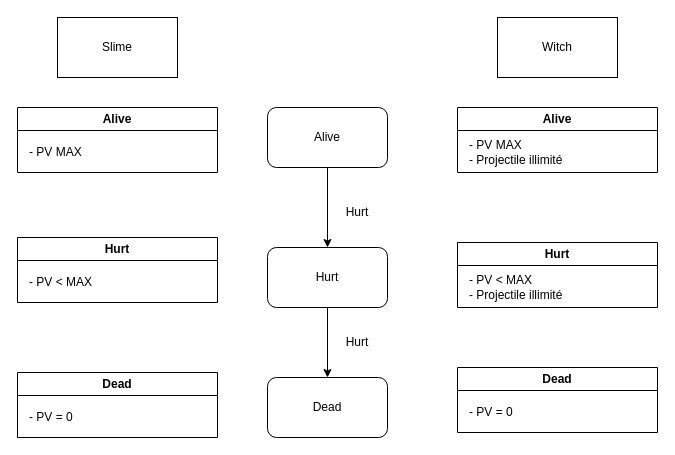
AbigaelP/ShootAbby keeps this draw.io diagram as doc/DrawIO/DiagrammeEtat.drawio. Above is the earlier version. Source tidied: cells renumbered, new cells numbered last; positions are measured from the earlier drawing's top-left corner, leaving out a move shared by most shapes. Both pictures are drawn from the tidied source at 100%, with x=0, y=0 at pixel (17, 17).
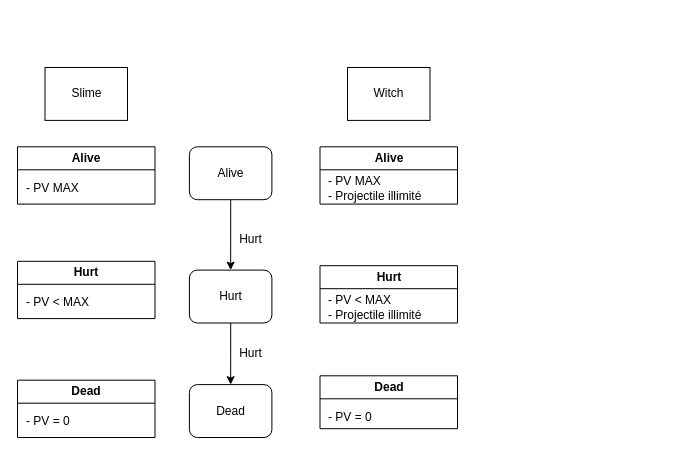
The same diagram, later.

Change to the diagram source:
```diff
@@
+    <mxCell id="23" style="group;" parent="1" vertex="1">
+      <mxGeometry y="50" width="440" height="370" as="geometry" />
+    </mxCell>
-    <mxCell id="2" style="edgeStyle=orthogonalEdgeStyle;rounded=0;jettySize=auto;html=1;entryX=0.5;entryY=0;entryDx=0;entryDy=0;" parent="1" edge="1" source="3" target="5">
+    <mxCell id="2" style="edgeStyle=orthogonalEdgeStyle;rounded=0;jettySize=auto;html=1;entryX=0.5;entryY=0;entryDx=0;entryDy=0;" parent="23" edge="1" source="3" target="5">
       <mxGeometry relative="1" as="geometry" />
     </mxCell>
-    <mxCell id="3" value="Alive" style="rounded=1;whiteSpace=wrap;html=1;" parent="1" vertex="1">
-      <mxGeometry x="250" y="90" width="120" height="60" as="geometry" />
+    <mxCell id="3" value="Alive" style="rounded=1;whiteSpace=wrap;html=1;flipH=0;flipV=0;" parent="23" vertex="1">
+      <mxGeometry x="171.9" y="79.3" width="82.5" height="52.9" as="geometry" />
     </mxCell>
-    <mxCell id="4" style="edgeStyle=orthogonalEdgeStyle;rounded=0;jettySize=auto;html=1;entryX=0.5;entryY=0;entryDx=0;entryDy=0;" parent="1" edge="1" source="5" target="6">
+    <mxCell id="4" style="edgeStyle=orthogonalEdgeStyle;rounded=0;jettySize=auto;html=1;entryX=0.5;entryY=0;entryDx=0;entryDy=0;" parent="23" edge="1" source="5" target="6">
       <mxGeometry relative="1" as="geometry" />
     </mxCell>
-    <mxCell id="5" value="Hurt" style="rounded=1;whiteSpace=wrap;html=1;" parent="1" vertex="1">
-      <mxGeometry x="250" y="230" width="120" height="60" as="geometry" />
+    <mxCell id="5" value="Hurt" style="rounded=1;whiteSpace=wrap;html=1;flipH=0;flipV=0;" parent="23" vertex="1">
+      <mxGeometry x="171.9" y="202.6" width="82.5" height="52.9" as="geometry" />
     </mxCell>
-    <mxCell id="6" value="Dead" style="rounded=1;whiteSpace=wrap;html=1;" parent="1" vertex="1">
-      <mxGeometry x="250" y="360" width="120" height="60" as="geometry" />
+    <mxCell id="6" value="Dead" style="rounded=1;whiteSpace=wrap;html=1;flipH=0;flipV=0;" parent="23" vertex="1">
+      <mxGeometry x="171.9" y="317.1" width="82.5" height="52.9" as="geometry" />
     </mxCell>
-    <mxCell id="7" value="Hurt" style="text;html=1;align=center;verticalAlign=middle;whiteSpace=wrap;rounded=0;" parent="1" vertex="1">
-      <mxGeometry x="310" y="180" width="60" height="30" as="geometry" />
+    <mxCell id="7" value="Hurt" style="text;html=1;align=center;verticalAlign=middle;whiteSpace=wrap;rounded=0;flipH=0;flipV=0;" parent="23" vertex="1">
+      <mxGeometry x="213.1" y="158.6" width="41.2" height="26.4" as="geometry" />
     </mxCell>
-    <mxCell id="8" value="Hurt" style="text;html=1;align=center;verticalAlign=middle;whiteSpace=wrap;rounded=0;" parent="1" vertex="1">
-      <mxGeometry x="310" y="310" width="60" height="30" as="geometry" />
+    <mxCell id="8" value="Hurt" style="text;html=1;align=center;verticalAlign=middle;whiteSpace=wrap;rounded=0;flipH=0;flipV=0;" parent="23" vertex="1">
+      <mxGeometry x="213.1" y="273.1" width="41.2" height="26.4" as="geometry" />
     </mxCell>
-    <mxCell id="9" value="Alive" style="swimlane;whiteSpace=wrap;html=1;" parent="1" vertex="1">
-      <mxGeometry x="440" y="90" width="200" height="65" as="geometry" />
+    <mxCell id="9" value="Alive" style="swimlane;whiteSpace=wrap;html=1;flipH=0;flipV=0;" parent="23" vertex="1">
+      <mxGeometry x="302.5" y="79.3" width="137.5" height="57.3" as="geometry" />
     </mxCell>
     <mxCell id="10" value="- PV MAX&lt;div&gt;- Projectile illimité&lt;/div&gt;" style="text;html=1;align=left;verticalAlign=middle;strokeColor=none;fillColor=none;" parent="9" vertex="1">
-      <mxGeometry x="10" y="25" width="120" height="40" as="geometry" />
+      <mxGeometry x="6.9" y="22" width="120" height="40" as="geometry" />
     </mxCell>
-    <mxCell id="11" value="Hurt" style="swimlane;whiteSpace=wrap;html=1;startSize=23;" parent="1" vertex="1">
-      <mxGeometry x="440" y="225" width="200" height="65" as="geometry" />
+    <mxCell id="11" value="Hurt" style="swimlane;whiteSpace=wrap;html=1;startSize=23;flipH=0;flipV=0;" parent="23" vertex="1">
+      <mxGeometry x="302.5" y="198.2" width="137.5" height="57.3" as="geometry" />
     </mxCell>
     <mxCell id="12" value="- PV &amp;lt; MAX&lt;div&gt;- Projectile illimité&lt;/div&gt;" style="text;html=1;align=left;verticalAlign=middle;strokeColor=none;fillColor=none;" parent="11" vertex="1">
-      <mxGeometry x="10" y="25" width="120" height="40" as="geometry" />
+      <mxGeometry x="6.9" y="22" width="120" height="40" as="geometry" />
     </mxCell>
-    <mxCell id="13" value="Dead" style="swimlane;whiteSpace=wrap;html=1;startSize=23;" parent="1" vertex="1">
-      <mxGeometry x="440" y="350" width="200" height="65" as="geometry" />
+    <mxCell id="13" value="Dead" style="swimlane;whiteSpace=wrap;html=1;startSize=23;flipH=0;flipV=0;" parent="23" vertex="1">
+      <mxGeometry x="302.5" y="308.3" width="137.5" height="52.9" as="geometry" />
     </mxCell>
     <mxCell id="14" value="- PV = 0" style="text;html=1;align=left;verticalAlign=middle;strokeColor=none;fillColor=none;" parent="13" vertex="1">
-      <mxGeometry x="10" y="30" width="70" height="30" as="geometry" />
+      <mxGeometry x="6.9" y="26.4" width="70" height="30" as="geometry" />
     </mxCell>
-    <mxCell id="15" value="Witch" style="rounded=0;whiteSpace=wrap;html=1;" parent="1" vertex="1">
-      <mxGeometry x="480" width="120" height="60" as="geometry" />
+    <mxCell id="15" value="Witch" style="rounded=0;whiteSpace=wrap;html=1;flipH=0;flipV=0;" parent="23" vertex="1">
+      <mxGeometry x="330" width="82.5" height="52.9" as="geometry" />
     </mxCell>
-    <mxCell id="16" value="Slime" style="rounded=0;whiteSpace=wrap;html=1;" parent="1" vertex="1">
-      <mxGeometry x="40" width="120" height="60" as="geometry" />
+    <mxCell id="16" value="Slime" style="rounded=0;whiteSpace=wrap;html=1;flipH=0;flipV=0;" parent="23" vertex="1">
+      <mxGeometry x="27.5" width="82.5" height="52.9" as="geometry" />
     </mxCell>
-    <mxCell id="17" value="Alive" style="swimlane;whiteSpace=wrap;html=1;" parent="1" vertex="1">
-      <mxGeometry y="90" width="200" height="65" as="geometry" />
+    <mxCell id="17" value="Alive" style="swimlane;whiteSpace=wrap;html=1;flipH=0;flipV=0;" parent="23" vertex="1">
+      <mxGeometry y="79.3" width="137.5" height="57.3" as="geometry" />
     </mxCell>
     <mxCell id="18" value="- PV MAX" style="text;html=1;align=left;verticalAlign=middle;strokeColor=none;fillColor=none;" parent="17" vertex="1">
-      <mxGeometry x="10" y="30" width="80" height="30" as="geometry" />
+      <mxGeometry x="6.9" y="26.4" width="80" height="30" as="geometry" />
     </mxCell>
-    <mxCell id="19" value="Hurt" style="swimlane;whiteSpace=wrap;html=1;startSize=23;" parent="1" vertex="1">
-      <mxGeometry y="220" width="200" height="65" as="geometry" />
+    <mxCell id="19" value="Hurt" style="swimlane;whiteSpace=wrap;html=1;startSize=23;flipH=0;flipV=0;" parent="23" vertex="1">
+      <mxGeometry y="193.8" width="137.5" height="57.3" as="geometry" />
     </mxCell>
     <mxCell id="20" value="- PV &amp;lt; MAX" style="text;html=1;align=left;verticalAlign=middle;strokeColor=none;fillColor=none;" parent="19" vertex="1">
-      <mxGeometry x="10" y="30" width="90" height="30" as="geometry" />
+      <mxGeometry x="6.9" y="26.4" width="90" height="30" as="geometry" />
     </mxCell>
-    <mxCell id="21" value="Dead" style="swimlane;whiteSpace=wrap;html=1;startSize=23;" parent="1" vertex="1">
-      <mxGeometry y="355" width="200" height="65" as="geometry" />
+    <mxCell id="21" value="Dead" style="swimlane;whiteSpace=wrap;html=1;startSize=23;flipH=0;flipV=0;" parent="23" vertex="1">
+      <mxGeometry y="312.7" width="137.5" height="57.3" as="geometry" />
     </mxCell>
     <mxCell id="22" value="- PV = 0" style="text;html=1;align=left;verticalAlign=middle;strokeColor=none;fillColor=none;" parent="21" vertex="1">
-      <mxGeometry x="10" y="30" width="70" height="30" as="geometry" />
+      <mxGeometry x="6.9" y="26.4" width="70" height="30" as="geometry" />
     </mxCell>
```
